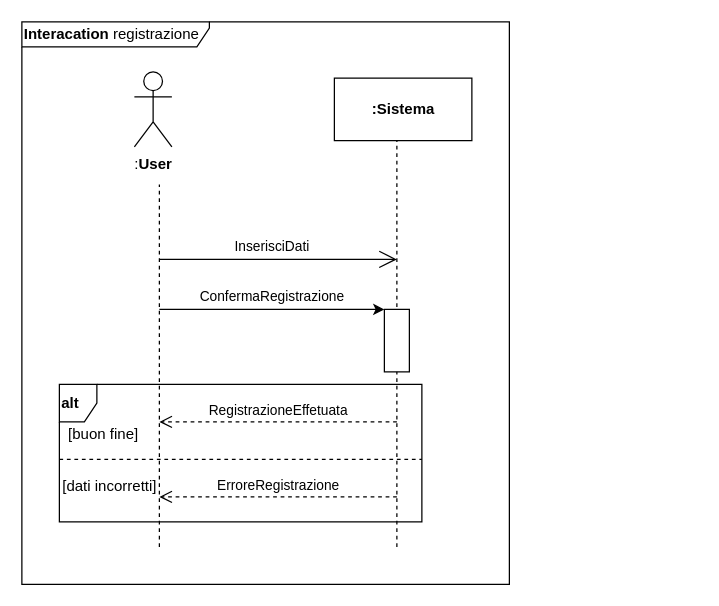
Before: docs/SDregistrazione.drawio in LorenzoMioso/ProgettoIngegneriaDelSoftware, a draw.io diagram. Source tidied: cells renumbered, new cells numbered last; positions are measured from the earlier drawing's top-left corner, leaving out a move shared by most shapes. Both pictures are drawn from the tidied source at 125%, with x=0, y=0 at pixel (21, 21).
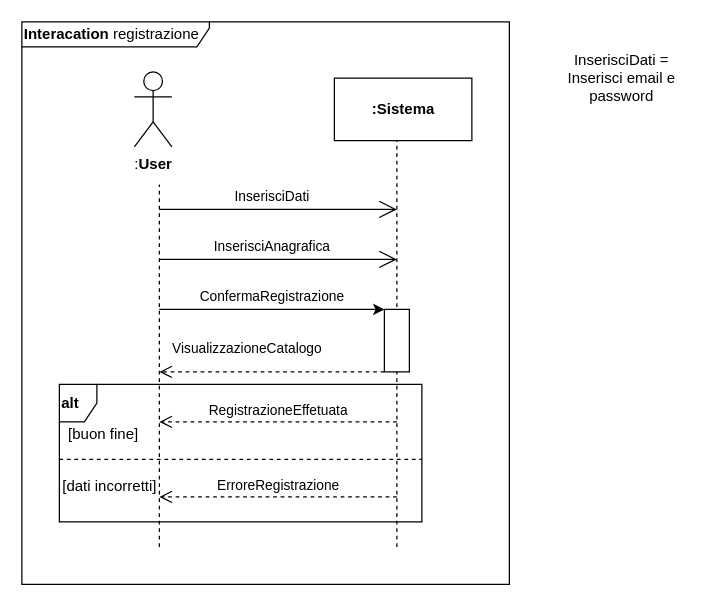
After the change.

Unchanged cells that the change refers to:
```xml
<mxCell id="8" style="rounded=0;whiteSpace=wrap;html=1;" parent="1" vertex="1">
  <mxGeometry x="290" y="230" width="20" height="50" as="geometry" />
</mxCell>
```

The edit, as a diff of the source:
```diff
@@
     <mxCell id="7" value="InserisciDati" style="endArrow=open;endFill=1;endSize=12;html=1;" parent="1" edge="1">
       <mxGeometry x="-0.05" y="10" relative="1" as="geometry">
-        <mxPoint x="110" y="190" as="sourcePoint" />
-        <mxPoint x="300" y="190" as="targetPoint" />
+        <mxPoint x="110" y="150" as="sourcePoint" />
+        <mxPoint x="300" y="150" as="targetPoint" />
       </mxGeometry>
     </mxCell>
@@
+    <mxCell id="16" value="InserisciAnagrafica" style="endArrow=open;endFill=1;endSize=12;html=1;" parent="1" edge="1">
+      <mxGeometry x="-0.05" y="10" relative="1" as="geometry">
+        <mxPoint x="110" y="190" as="sourcePoint" />
+        <mxPoint x="300" y="190" as="targetPoint" />
+      </mxGeometry>
+    </mxCell>
+    <mxCell id="17" value="InserisciDati = Inserisci email e password" style="text;html=1;strokeColor=none;fillColor=none;align=center;verticalAlign=middle;whiteSpace=wrap;rounded=0;" parent="1" vertex="1">
+      <mxGeometry x="420" y="20" width="120" height="50" as="geometry" />
+    </mxCell>
+    <mxCell id="18" value="VisualizzazioneCatalogo" style="html=1;verticalAlign=bottom;endArrow=open;dashed=1;endSize=8;exitX=0;exitY=1;exitDx=0;exitDy=0;" parent="1" edge="1" source="8">
+      <mxGeometry x="0.22" y="-10" relative="1" as="geometry">
+        <mxPoint x="110" y="280" as="targetPoint" />
+      </mxGeometry>
+    </mxCell>
```
